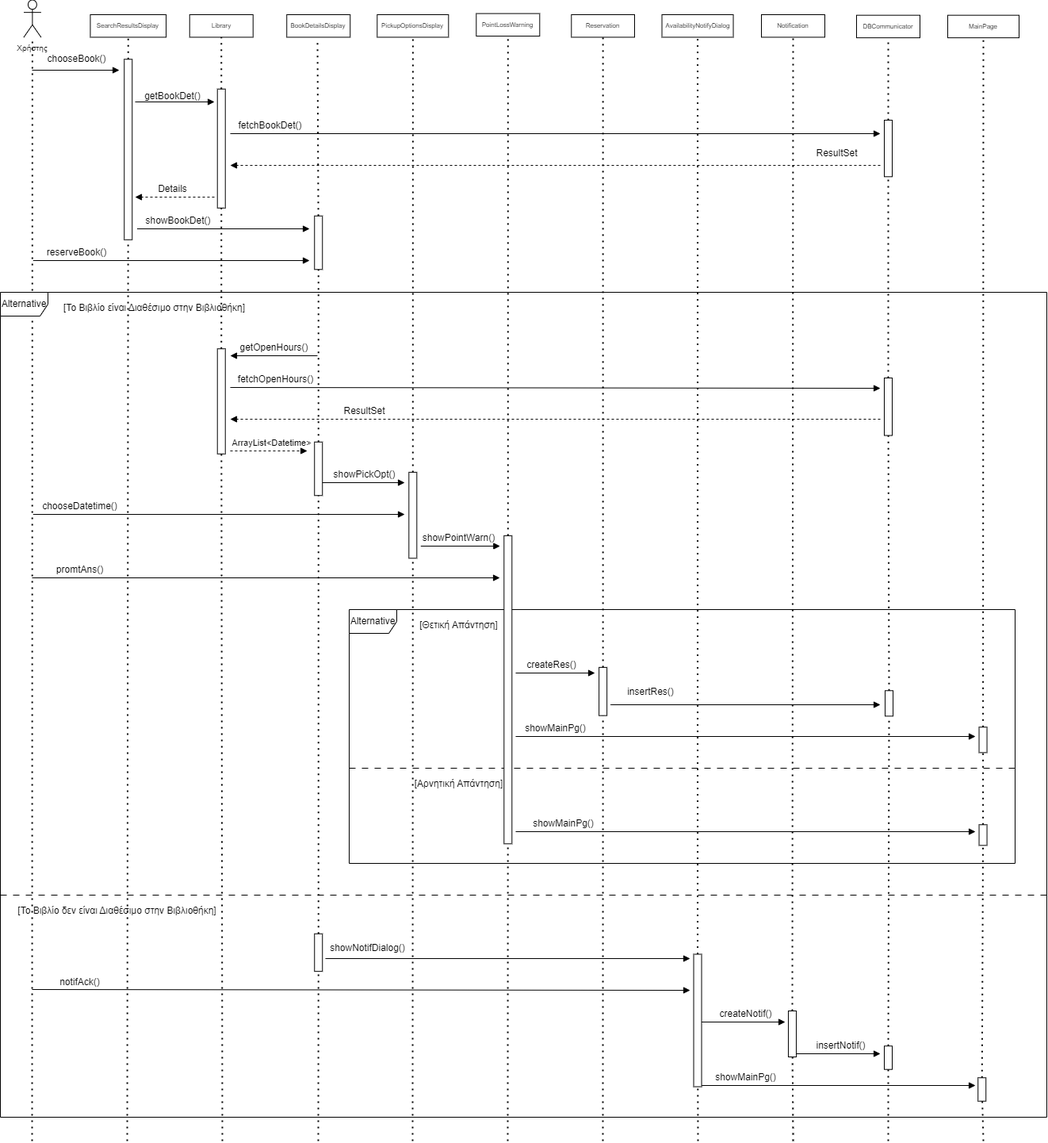
CallMeJasonYT/LibraVision keeps this draw.io diagram as 2nd Assignment/Sequence Diagrams/Sequence-Diagram-v0.1-Κράτηση Βιβλίου.png. Above is the earlier version. Source tidied: cells renumbered, new cells last; positions are measured from the earlier drawing's top-left corner, leaving out a move shared by most shapes.
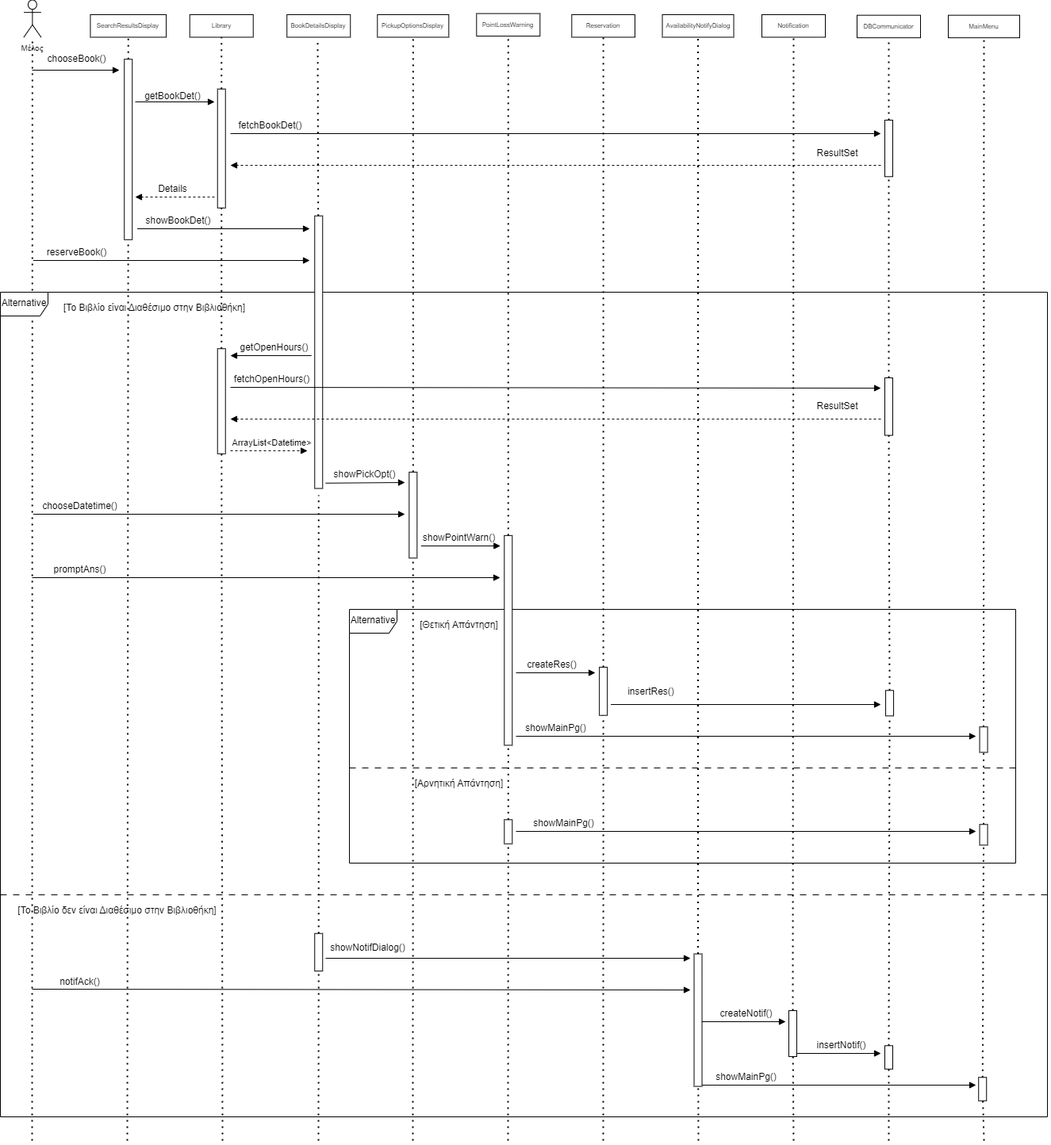
The same diagram one commit later.

Commit message:
Sequence-Diagram-v0.1-Κράτηση Βιβλίου

Diff of the diagram source:
```diff
@@ -144,7 +144,7 @@
     <mxCell id="39" value="AvailabilityNotifyDialog" style="rounded=0;whiteSpace=wrap;html=1;spacing=0;fontSize=8;" parent="1" vertex="1">
       <mxGeometry x="834.5" y="18" width="90" height="28.4" as="geometry" />
     </mxCell>
-    <mxCell id="40" value="MainPage" style="rounded=0;whiteSpace=wrap;html=1;spacing=0;fontSize=8;" parent="1" vertex="1">
+    <mxCell id="40" value="MainMenu" style="rounded=0;whiteSpace=wrap;html=1;spacing=0;fontSize=8;" parent="1" vertex="1">
       <mxGeometry x="1195" y="18.7" width="90" height="28.4" as="geometry" />
     </mxCell>
     <mxCell id="41" value="Library" style="rounded=0;whiteSpace=wrap;html=1;spacing=0;fontSize=8;" parent="1" vertex="1">
@@ -153,7 +153,7 @@
     <mxCell id="42" value="SearchResultsDisplay" style="rounded=0;whiteSpace=wrap;html=1;spacing=0;fontSize=8;" parent="1" vertex="1">
       <mxGeometry x="113.4" y="18" width="95.6" height="28.4" as="geometry" />
     </mxCell>
-    <mxCell id="43" value="&lt;font style=&quot;font-size: 10px;&quot;&gt;Χρήστης&lt;/font&gt;" style="shape=umlActor;verticalLabelPosition=bottom;verticalAlign=top;html=1;outlineConnect=0;" parent="1" vertex="1">
+    <mxCell id="43" value="&lt;span style=&quot;font-size: 10px;&quot;&gt;Μέλος&lt;/span&gt;" style="shape=umlActor;verticalLabelPosition=bottom;verticalAlign=top;html=1;outlineConnect=0;" parent="1" vertex="1">
       <mxGeometry x="29.5" y="-0.5" width="21.7" height="46.9" as="geometry" />
     </mxCell>
     <mxCell id="44" style="html=1;verticalAlign=bottom;endArrow=block;curved=0;rounded=0;" parent="1" edge="1">
@@ -201,11 +201,13 @@
         <mxPoint x="390" y="288" as="targetPoint" />
       </mxGeometry>
     </mxCell>
-    <mxCell id="54" style="endArrow=none;dashed=1;html=1;dashPattern=1 3;strokeWidth=2;rounded=0;" parent="1" edge="1" source="75" target="55">
-      <mxGeometry relative="1" as="geometry" />
+    <mxCell id="54" style="endArrow=none;dashed=1;html=1;dashPattern=1 3;strokeWidth=2;rounded=0;" parent="1" edge="1" target="55">
+      <mxGeometry relative="1" as="geometry">
+        <mxPoint x="401.2" y="556.8" as="sourcePoint" />
+      </mxGeometry>
     </mxCell>
     <mxCell id="55" style="rounded=0;whiteSpace=wrap;html=1;rotation=-90;" parent="1" vertex="1">
-      <mxGeometry x="367.5" y="300.5" width="67.5" height="10" as="geometry" />
+      <mxGeometry x="229.4" y="438.6" width="343.8" height="10" as="geometry" />
     </mxCell>
     <mxCell id="56" style="html=1;verticalAlign=bottom;endArrow=block;curved=0;rounded=0;" parent="1" edge="1">
       <mxGeometry relative="1" as="geometry">
@@ -219,18 +221,16 @@
     <mxCell id="58" value="reserveBook()" style="text;html=1;align=center;verticalAlign=middle;strokeColor=none;fillColor=none;spacing=0;" parent="1" vertex="1">
       <mxGeometry x="51.2" y="308" width="90" height="20" as="geometry" />
     </mxCell>
-    <mxCell id="59" style="html=1;verticalAlign=bottom;endArrow=block;curved=0;rounded=0;" parent="1" edge="1">
+    <mxCell id="59" style="html=1;verticalAlign=bottom;endArrow=block;curved=0;rounded=0;exitX=0.009;exitY=1.04;exitDx=0;exitDy=0;exitPerimeter=0;" parent="1" edge="1" source="60">
       <mxGeometry relative="1" as="geometry">
-        <mxPoint x="400" y="608" as="sourcePoint" />
         <mxPoint x="510" y="608" as="targetPoint" />
       </mxGeometry>
     </mxCell>
     <mxCell id="60" value="showPickOpt()" style="text;html=1;align=center;verticalAlign=middle;points=[];strokeColor=none;fillColor=none;spacing=0;" parent="1" vertex="1">
       <mxGeometry x="409.1" y="588" width="100" height="20" as="geometry" />
     </mxCell>
-    <mxCell id="61" style="html=1;verticalAlign=bottom;endArrow=block;curved=0;rounded=0;" parent="1" edge="1">
+    <mxCell id="61" style="html=1;verticalAlign=bottom;endArrow=block;curved=0;rounded=0;exitX=0.929;exitY=0.998;exitDx=0;exitDy=0;exitPerimeter=0;" parent="1" edge="1" source="62">
       <mxGeometry relative="1" as="geometry">
-        <mxPoint x="400" y="448" as="sourcePoint" />
         <mxPoint x="290" y="448" as="targetPoint" />
       </mxGeometry>
     </mxCell>
@@ -244,7 +244,7 @@
       </mxGeometry>
     </mxCell>
     <mxCell id="64" value="fetchOpenHours()" style="text;html=1;align=center;verticalAlign=middle;strokeColor=none;fillColor=none;spacing=0;" parent="1" vertex="1">
-      <mxGeometry x="292.4" y="468" width="110" height="20" as="geometry" />
+      <mxGeometry x="287.4" y="468" width="110" height="20" as="geometry" />
     </mxCell>
     <mxCell id="65" style="html=1;verticalAlign=bottom;endArrow=block;curved=0;rounded=0;dashed=1;" parent="1" edge="1">
       <mxGeometry relative="1" as="geometry">
@@ -253,7 +253,7 @@
       </mxGeometry>
     </mxCell>
     <mxCell id="66" value="ResultSet" style="text;html=1;align=center;verticalAlign=middle;strokeColor=none;fillColor=none;spacing=0;" parent="1" vertex="1">
-      <mxGeometry x="424.1" y="508" width="70" height="20" as="geometry" />
+      <mxGeometry x="1020" y="502.3" width="70" height="20" as="geometry" />
     </mxCell>
     <mxCell id="67" style="html=1;verticalAlign=bottom;endArrow=block;curved=0;rounded=0;dashed=1;entryX=0.872;entryY=1;entryDx=0;entryDy=0;entryPerimeter=0;" parent="1" edge="1" target="68">
       <mxGeometry relative="1" as="geometry">
@@ -289,11 +289,10 @@
     <mxCell id="74" value="showPointWarn()" style="text;html=1;align=center;verticalAlign=middle;strokeColor=none;fillColor=none;spacing=0;" parent="1" vertex="1">
       <mxGeometry x="523.2" y="668" width="110" height="20" as="geometry" />
     </mxCell>
-    <mxCell id="75" style="rounded=0;whiteSpace=wrap;html=1;rotation=-90;" parent="1" vertex="1">
-      <mxGeometry x="367.5" y="585.5" width="67.5" height="10" as="geometry" />
-    </mxCell>
-    <mxCell id="76" style="endArrow=none;dashed=1;html=1;dashPattern=1 3;strokeWidth=2;rounded=0;" parent="1" edge="1" source="115" target="75">
-      <mxGeometry relative="1" as="geometry" />
+    <mxCell id="76" style="endArrow=none;dashed=1;html=1;dashPattern=1 3;strokeWidth=2;rounded=0;" parent="1" edge="1" source="115">
+      <mxGeometry relative="1" as="geometry">
+        <mxPoint x="401.2" y="624.2" as="targetPoint" />
+      </mxGeometry>
     </mxCell>
     <mxCell id="77" style="endArrow=none;dashed=1;html=1;dashPattern=1 3;strokeWidth=2;rounded=0;" parent="1" edge="1" target="78">
       <mxGeometry relative="1" as="geometry">
@@ -309,14 +308,14 @@
         <mxPoint x="630" y="728" as="targetPoint" />
       </mxGeometry>
     </mxCell>
-    <mxCell id="80" value="promtAns()" style="text;html=1;align=center;verticalAlign=middle;strokeColor=none;fillColor=none;spacing=0;" parent="1" vertex="1">
-      <mxGeometry x="60" y="708" width="80" height="20" as="geometry" />
+    <mxCell id="80" value="promptAns()" style="text;html=1;align=center;verticalAlign=middle;strokeColor=none;fillColor=none;spacing=0;" parent="1" vertex="1">
+      <mxGeometry x="55" y="708" width="90" height="20" as="geometry" />
     </mxCell>
     <mxCell id="81" value="Reservation" style="rounded=0;whiteSpace=wrap;html=1;spacing=0;fontSize=8;" parent="1" vertex="1">
       <mxGeometry x="720.3" y="18" width="79.7" height="28.4" as="geometry" />
     </mxCell>
     <mxCell id="82" style="rounded=0;whiteSpace=wrap;html=1;rotation=-90;" parent="1" vertex="1">
-      <mxGeometry x="446.1" y="864.1" width="388.4" height="10" as="geometry" />
+      <mxGeometry x="508" y="802.1" width="264.5" height="10" as="geometry" />
     </mxCell>
     <mxCell id="83" style="endArrow=none;dashed=1;html=1;dashPattern=1 3;strokeWidth=2;rounded=0;" parent="1" edge="1" source="85" target="84">
       <mxGeometry relative="1" as="geometry" />
@@ -336,10 +335,8 @@
     <mxCell id="88" style="endArrow=none;dashed=1;html=1;dashPattern=1 3;strokeWidth=2;rounded=0;" parent="1" edge="1" source="48" target="41">
       <mxGeometry relative="1" as="geometry" />
     </mxCell>
-    <mxCell id="89" style="endArrow=none;dashed=1;html=1;dashPattern=1 3;strokeWidth=2;rounded=0;" parent="1" edge="1" target="82">
-      <mxGeometry relative="1" as="geometry">
-        <mxPoint x="640" y="1438" as="sourcePoint" />
-      </mxGeometry>
+    <mxCell id="89" style="endArrow=none;dashed=1;html=1;dashPattern=1 3;strokeWidth=2;rounded=0;" parent="1" edge="1" source="117" target="82">
+      <mxGeometry relative="1" as="geometry" />
     </mxCell>
     <mxCell id="90" style="endArrow=none;dashed=1;html=1;dashPattern=1 3;strokeWidth=2;rounded=0;" parent="1" edge="1" source="14" target="81">
       <mxGeometry relative="1" as="geometry" />
@@ -447,5 +444,13 @@
     <mxCell id="115" style="rounded=0;whiteSpace=wrap;html=1;rotation=-90;" parent="1" vertex="1">
       <mxGeometry x="377.6" y="1195.5" width="47.4" height="10" as="geometry" />
     </mxCell>
+    <mxCell id="116" style="endArrow=none;dashed=1;html=1;dashPattern=1 3;strokeWidth=2;rounded=0;" parent="1" edge="1" target="117">
+      <mxGeometry relative="1" as="geometry">
+        <mxPoint x="640" y="1438" as="sourcePoint" />
+      </mxGeometry>
+    </mxCell>
+    <mxCell id="117" style="rounded=0;whiteSpace=wrap;html=1;rotation=-90;" parent="1" vertex="1">
+      <mxGeometry x="625.1" y="1043.5" width="30.4" height="10" as="geometry" />
+    </mxCell>
   </root>
 </mxGraphModel>
```
